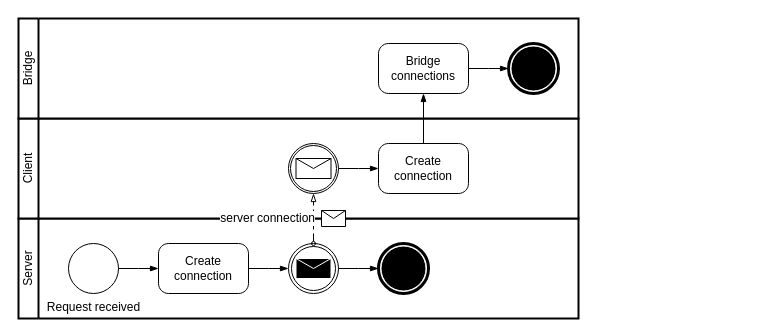
This is src/site/resources/images/proxy_business.drawio from Bernardo-MG/reactor-netty-tcp-proxy-example, a draw.io file, before an edit. Source tidied: cells renumbered, new cells numbered last; positions are measured from the earlier drawing's top-left corner, leaving out a move shared by most shapes. Both pictures are drawn from the tidied source at 100%, with x=0, y=0 at pixel (18, 18).
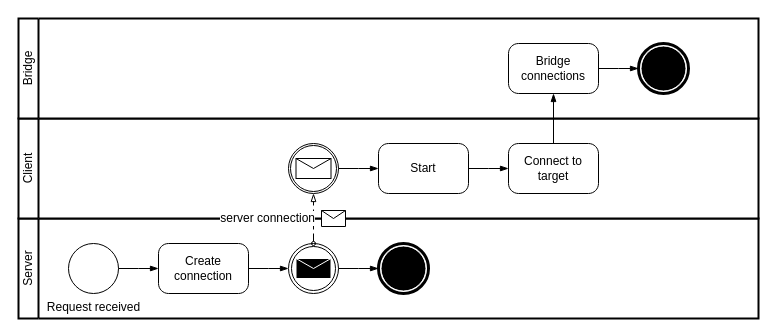
The same diagram, later.

Unchanged cells that the change refers to:
```xml
<mxCell id="13" style="points=[[0.145,0.145,0],[0.5,0,0],[0.855,0.145,0],[1,0.5,0],[0.855,0.855,0],[0.5,1,0],[0.145,0.855,0],[0,0.5,0]];shape=mxgraph.bpmn.event;html=1;verticalLabelPosition=bottom;labelBackgroundColor=#ffffff;verticalAlign=top;align=center;perimeter=ellipsePerimeter;outlineConnect=0;outline=catching;symbol=message;" parent="11" vertex="1">
  <mxGeometry x="270" y="25" width="50" height="50" as="geometry" />
</mxCell>
```

The edit, as a diff of the source:
```diff
@@
     <mxCell id="2" style="swimlane;html=1;startSize=20;fontStyle=0;horizontal=0;swimlaneLine=1;swimlaneFillColor=#ffffff;strokeWidth=2;whiteSpace=wrap;" parent="1" vertex="1">
-      <mxGeometry y="200" width="560" height="100" as="geometry" />
+      <mxGeometry y="200" width="740" height="100" as="geometry" />
     </mxCell>
@@
     <mxCell id="11" style="swimlane;html=1;startSize=20;fontStyle=0;horizontal=0;swimlaneLine=1;swimlaneFillColor=#ffffff;strokeWidth=2;whiteSpace=wrap;" parent="1" vertex="1">
-      <mxGeometry y="100" width="560" height="100" as="geometry" />
+      <mxGeometry y="100" width="740" height="100" as="geometry" />
     </mxCell>
@@
-    <mxCell id="14" value="Create connection" style="points=[[0.25,0,0],[0.5,0,0],[0.75,0,0],[1,0.25,0],[1,0.5,0],[1,0.75,0],[0.75,1,0],[0.5,1,0],[0.25,1,0],[0,0.75,0],[0,0.5,0],[0,0.25,0]];shape=mxgraph.bpmn.task;whiteSpace=wrap;rectStyle=rounded;size=10;html=1;taskMarker=abstract;" parent="11" vertex="1">
-      <mxGeometry x="360" y="25" width="90" height="50" as="geometry" />
+    <mxCell id="14" value="Connect to target" style="points=[[0.25,0,0],[0.5,0,0],[0.75,0,0],[1,0.25,0],[1,0.5,0],[1,0.75,0],[0.75,1,0],[0.5,1,0],[0.25,1,0],[0,0.75,0],[0,0.5,0],[0,0.25,0]];shape=mxgraph.bpmn.task;whiteSpace=wrap;rectStyle=rounded;size=10;html=1;taskMarker=abstract;" parent="11" vertex="1">
+      <mxGeometry x="490" y="25" width="90" height="50" as="geometry" />
     </mxCell>
-    <mxCell id="15" style="edgeStyle=elbowEdgeStyle;fontSize=12;html=1;endArrow=blockThin;endFill=1;rounded=0;entryX=0;entryY=0.5;entryDx=0;entryDy=0;entryPerimeter=0;exitX=1;exitY=0.5;exitDx=0;exitDy=0;exitPerimeter=0;" parent="11" edge="1" source="13" target="14">
-      <mxGeometry relative="1" as="geometry" />
-    </mxCell>
+    <mxCell id="24" value="Start" style="points=[[0.25,0,0],[0.5,0,0],[0.75,0,0],[1,0.25,0],[1,0.5,0],[1,0.75,0],[0.75,1,0],[0.5,1,0],[0.25,1,0],[0,0.75,0],[0,0.5,0],[0,0.25,0]];shape=mxgraph.bpmn.task;whiteSpace=wrap;rectStyle=rounded;size=10;html=1;taskMarker=abstract;" parent="11" vertex="1">
+      <mxGeometry x="360" y="25" width="90" height="50" as="geometry" />
+    </mxCell>
+    <mxCell id="25" style="edgeStyle=elbowEdgeStyle;fontSize=12;html=1;endArrow=blockThin;endFill=1;rounded=0;entryX=0;entryY=0.5;entryDx=0;entryDy=0;entryPerimeter=0;exitX=1;exitY=0.5;exitDx=0;exitDy=0;exitPerimeter=0;" parent="11" edge="1" source="24" target="14">
+      <mxGeometry relative="1" as="geometry" />
+    </mxCell>
+    <mxCell id="26" style="edgeStyle=elbowEdgeStyle;fontSize=12;html=1;endArrow=blockThin;endFill=1;rounded=0;exitX=1;exitY=0.5;exitDx=0;exitDy=0;exitPerimeter=0;entryX=0;entryY=0.5;entryDx=0;entryDy=0;entryPerimeter=0;" parent="11" edge="1" source="13" target="24">
+      <mxGeometry relative="1" as="geometry" />
+    </mxCell>
@@
     <mxCell id="18" style="swimlane;html=1;startSize=20;fontStyle=0;horizontal=0;swimlaneLine=1;swimlaneFillColor=#ffffff;strokeWidth=2;whiteSpace=wrap;" parent="1" vertex="1">
-      <mxGeometry width="560" height="100" as="geometry" />
+      <mxGeometry width="740" height="100" as="geometry" />
     </mxCell>
@@
     <mxCell id="20" value="Bridge connections" style="points=[[0.25,0,0],[0.5,0,0],[0.75,0,0],[1,0.25,0],[1,0.5,0],[1,0.75,0],[0.75,1,0],[0.5,1,0],[0.25,1,0],[0,0.75,0],[0,0.5,0],[0,0.25,0]];shape=mxgraph.bpmn.task;whiteSpace=wrap;rectStyle=rounded;size=10;html=1;taskMarker=abstract;" parent="18" vertex="1">
-      <mxGeometry x="360" y="25" width="90" height="50" as="geometry" />
+      <mxGeometry x="490" y="25" width="90" height="50" as="geometry" />
     </mxCell>
     <mxCell id="21" style="points=[[0.145,0.145,0],[0.5,0,0],[0.855,0.145,0],[1,0.5,0],[0.855,0.855,0],[0.5,1,0],[0.145,0.855,0],[0,0.5,0]];shape=mxgraph.bpmn.event;html=1;verticalLabelPosition=bottom;labelBackgroundColor=#ffffff;verticalAlign=top;align=center;perimeter=ellipsePerimeter;outlineConnect=0;outline=end;symbol=terminate;" parent="18" vertex="1">
-      <mxGeometry x="490" y="25" width="50" height="50" as="geometry" />
+      <mxGeometry x="620" y="25" width="50" height="50" as="geometry" />
     </mxCell>
```
